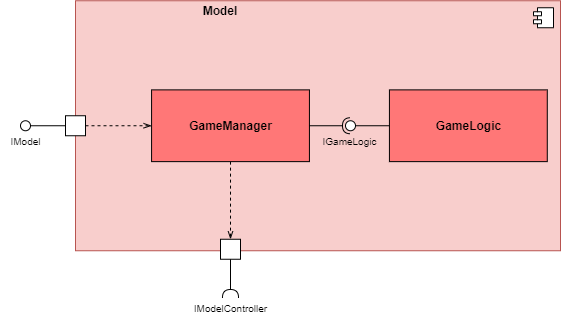
KjellooMelloo/gameoftrons keeps this draw.io diagram as Doku/images/Model_Ebene2.png. Above is the earlier version. Source tidied: cells renumbered, new cells last; positions are measured from the earlier drawing's top-left corner, leaving out a move shared by most shapes.
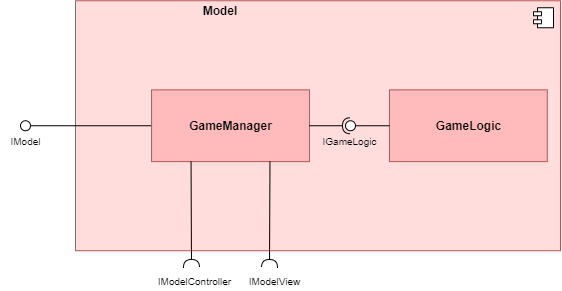
The same file after the commit.

Commit message:
diagram fits code better now + changed some UML

Change to the diagram source:
```diff
@@ -2,7 +2,7 @@
   <root>
     <mxCell id="0" />
     <mxCell id="1" parent="0" />
-    <mxCell id="2" style="html=1;fillColor=#f8cecc;strokeColor=#b85450;" parent="1" vertex="1">
+    <mxCell id="2" style="html=1;fillColor=#FFDDDD;strokeColor=#b85450;" parent="1" vertex="1">
       <mxGeometry x="75" y="0.2" width="485" height="250" as="geometry" />
     </mxCell>
     <mxCell id="3" style="shape=component;jettyWidth=8;jettyHeight=4;" parent="2" vertex="1">
@@ -10,53 +10,51 @@
         <mxPoint x="-27" y="7" as="offset" />
       </mxGeometry>
     </mxCell>
-    <mxCell id="4" style="rounded=0;jettySize=auto;html=1;endArrow=none;endFill=0;exitX=0;exitY=0.5;exitDx=0;exitDy=0;" parent="1" edge="1" source="7" target="5">
+    <mxCell id="4" style="rounded=0;jettySize=auto;html=1;endArrow=none;endFill=0;exitX=0;exitY=0.5;exitDx=0;exitDy=0;" parent="1" edge="1" source="8" target="5">
       <mxGeometry relative="1" as="geometry" />
     </mxCell>
     <mxCell id="5" style="ellipse;whiteSpace=wrap;html=1;fontFamily=Helvetica;fontSize=12;fontColor=#000000;align=center;strokeColor=#000000;fillColor=#ffffff;points=[];strokeWidth=1;" parent="1" vertex="1">
       <mxGeometry x="20" y="120.2" width="10" height="10" as="geometry" />
     </mxCell>
-    <mxCell id="6" style="edgeStyle=orthogonalEdgeStyle;rounded=0;jettySize=auto;html=1;entryX=0;entryY=0.5;entryDx=0;entryDy=0;endArrow=openThin;endFill=0;dashed=1;" parent="1" edge="1" source="7" target="12">
-      <mxGeometry relative="1" as="geometry" />
+    <mxCell id="6" value="&lt;font style=&quot;font-size: 10px&quot;&gt;IModel&lt;/font&gt;" style="text;html=1;align=center;verticalAlign=middle;" parent="1" vertex="1">
+      <mxGeometry y="130.2" width="50" height="20" as="geometry" />
     </mxCell>
-    <mxCell id="7" style="rounded=0;whiteSpace=wrap;html=1;" parent="1" vertex="1">
-      <mxGeometry x="65" y="115.2" width="20" height="20" as="geometry" />
+    <mxCell id="7" value="&lt;b&gt;Model&lt;/b&gt;" style="text;html=1;strokeColor=none;fillColor=none;align=center;verticalAlign=middle;whiteSpace=wrap;rounded=0;" parent="1" vertex="1">
+      <mxGeometry x="200" y="0.2" width="40" height="20" as="geometry" />
     </mxCell>
-    <mxCell id="8" value="&lt;font style=&quot;font-size: 10px&quot;&gt;IModel&lt;/font&gt;" style="text;html=1;align=center;verticalAlign=middle;points=[];" parent="1" vertex="1">
-      <mxGeometry y="130.2" width="50" height="20" as="geometry" />
+    <mxCell id="8" value="&lt;b&gt;GameManager&lt;/b&gt;" style="html=1;strokeWidth=1;fillColor=#FFBBBB;strokeColor=#B85450;" parent="1" vertex="1">
+      <mxGeometry x="151.1" y="89.4" width="157.8" height="71.8" as="geometry" />
     </mxCell>
-    <mxCell id="9" style="edgeStyle=orthogonalEdgeStyle;rounded=0;jettySize=auto;html=1;endArrow=openThin;endFill=0;dashed=1;exitX=0.5;exitY=1;exitDx=0;exitDy=0;entryX=0.5;entryY=0;entryDx=0;entryDy=0;" parent="1" edge="1" source="12" target="10">
-      <mxGeometry relative="1" as="geometry" />
+    <mxCell id="9" value="&lt;b&gt;GameLogic&lt;/b&gt;" style="html=1;strokeWidth=1;fillColor=#FFBBBB;strokeColor=#B85450;" parent="1" vertex="1">
+      <mxGeometry x="388.9" y="89.4" width="157.8" height="71.8" as="geometry" />
     </mxCell>
-    <mxCell id="10" style="rounded=0;whiteSpace=wrap;html=1;" parent="1" vertex="1">
-      <mxGeometry x="220" y="238.8" width="20" height="20" as="geometry" />
+    <mxCell id="10" value="&lt;span style=&quot;font-size: 10px&quot;&gt;IModelController&lt;/span&gt;" style="text;html=1;align=center;verticalAlign=middle;points=[];" parent="1" vertex="1">
+      <mxGeometry x="148.9" y="269.9" width="90" height="20" as="geometry" />
     </mxCell>
-    <mxCell id="11" value="&lt;b&gt;Model&lt;/b&gt;" style="text;html=1;strokeColor=none;fillColor=none;align=center;verticalAlign=middle;whiteSpace=wrap;rounded=0;" parent="1" vertex="1">
-      <mxGeometry x="200" y="0.2" width="40" height="20" as="geometry" />
+    <mxCell id="11" style="rounded=0;jettySize=auto;html=1;endArrow=halfCircle;endFill=0;endSize=6;strokeWidth=1;exitX=0.25;exitY=1;exitDx=0;exitDy=0;" parent="1" edge="1" source="8">
+      <mxGeometry relative="1" as="geometry">
+        <mxPoint x="191" y="267" as="targetPoint" />
+      </mxGeometry>
     </mxCell>
-    <mxCell id="12" value="&lt;b&gt;GameManager&lt;/b&gt;" style="html=1;strokeWidth=1;fillColor=#FF7777;" parent="1" vertex="1">
-      <mxGeometry x="151.1" y="89.4" width="157.8" height="71.8" as="geometry" />
+    <mxCell id="12" style="rounded=0;jettySize=auto;html=1;endArrow=none;endFill=0;exitX=0;exitY=0.5;exitDx=0;exitDy=0;" parent="1" edge="1" source="9" target="14">
+      <mxGeometry relative="1" as="geometry" />
     </mxCell>
-    <mxCell id="13" value="&lt;b&gt;GameLogic&lt;/b&gt;" style="html=1;strokeWidth=1;fillColor=#FF7777;" parent="1" vertex="1">
-      <mxGeometry x="388.9" y="89.4" width="157.8" height="71.8" as="geometry" />
+    <mxCell id="13" style="rounded=0;jettySize=auto;html=1;endArrow=halfCircle;endFill=0;entryX=0.5;entryY=0.5;entryDx=0;entryDy=0;endSize=6;strokeWidth=1;exitX=1;exitY=0.5;exitDx=0;exitDy=0;" parent="1" edge="1" source="8" target="14">
+      <mxGeometry relative="1" as="geometry" />
     </mxCell>
-    <mxCell id="14" value="&lt;span style=&quot;font-size: 10px&quot;&gt;IModelController&lt;/span&gt;" style="text;html=1;align=center;verticalAlign=middle;points=[];" parent="1" vertex="1">
-      <mxGeometry x="185" y="297" width="90" height="20" as="geometry" />
+    <mxCell id="14" style="ellipse;whiteSpace=wrap;html=1;fontFamily=Helvetica;fontSize=12;fontColor=#000000;align=center;strokeColor=#000000;fillColor=#ffffff;points=[];" parent="1" vertex="1">
+      <mxGeometry x="345" y="120.2" width="10" height="10" as="geometry" />
     </mxCell>
-    <mxCell id="15" style="rounded=0;jettySize=auto;html=1;endArrow=halfCircle;endFill=0;endSize=6;strokeWidth=1;exitX=0.5;exitY=1;exitDx=0;exitDy=0;" parent="1" edge="1" source="10" target="14">
-      <mxGeometry relative="1" as="geometry" />
+    <mxCell id="15" value="&lt;font style=&quot;font-size: 10px&quot;&gt;IGameLogic&lt;/font&gt;" style="text;html=1;align=center;verticalAlign=middle;" parent="1" vertex="1">
+      <mxGeometry x="313.9" y="130.2" width="70" height="20" as="geometry" />
     </mxCell>
-    <mxCell id="16" style="rounded=0;jettySize=auto;html=1;endArrow=none;endFill=0;exitX=0;exitY=0.5;exitDx=0;exitDy=0;" parent="1" edge="1" source="13" target="18">
-      <mxGeometry relative="1" as="geometry" />
+    <mxCell id="16" value="&lt;span style=&quot;font-size: 10px&quot;&gt;IModelView&lt;/span&gt;" style="text;html=1;align=center;verticalAlign=middle;" parent="1" vertex="1">
+      <mxGeometry x="238.9" y="269.9" width="70" height="20" as="geometry" />
     </mxCell>
-    <mxCell id="17" style="rounded=0;jettySize=auto;html=1;endArrow=halfCircle;endFill=0;entryX=0.5;entryY=0.5;entryDx=0;entryDy=0;endSize=6;strokeWidth=1;exitX=1;exitY=0.5;exitDx=0;exitDy=0;" parent="1" edge="1" source="12" target="18">
-      <mxGeometry relative="1" as="geometry" />
+    <mxCell id="17" style="rounded=0;jettySize=auto;html=1;endArrow=halfCircle;endFill=0;endSize=6;strokeWidth=1;exitX=0.75;exitY=1;exitDx=0;exitDy=0;" parent="1" edge="1" source="8">
+      <mxGeometry relative="1" as="geometry">
+        <mxPoint x="269" y="267" as="targetPoint" />
+      </mxGeometry>
     </mxCell>
-    <mxCell id="18" style="ellipse;whiteSpace=wrap;html=1;fontFamily=Helvetica;fontSize=12;fontColor=#000000;align=center;strokeColor=#000000;fillColor=#ffffff;points=[];" parent="1" vertex="1">
-      <mxGeometry x="345" y="120.2" width="10" height="10" as="geometry" />
-    </mxCell>
-    <mxCell id="19" value="&lt;font style=&quot;font-size: 10px&quot;&gt;IGameLogic&lt;/font&gt;" style="text;html=1;align=center;verticalAlign=middle;" parent="1" vertex="1">
-      <mxGeometry x="313.9" y="130.2" width="70" height="20" as="geometry" />
-    </mxCell>
   </root>
 </mxGraphModel>
```
